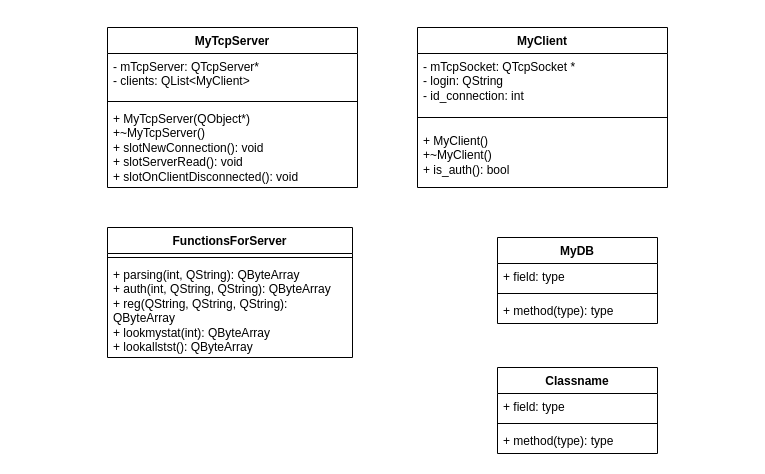
anasteish6a/Cipher keeps this draw.io diagram as ClientServer.drawio. Above is the earlier version. Source tidied: cells renumbered, new cells numbered last; positions are measured from the earlier drawing's top-left corner, leaving out a move shared by most shapes. Both pictures are drawn from the tidied source at 100%, with x=0, y=0 at pixel (107, 27).
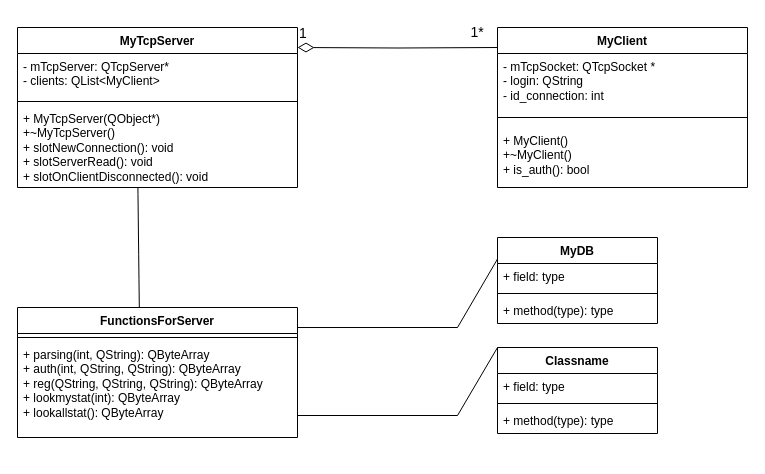
The same diagram, later.

The change refers to these unchanged cells:
```xml
<mxCell id="13" value="MyDB" style="swimlane;fontStyle=1;align=center;verticalAlign=top;horizontal=1;startSize=26;whiteSpace=wrap;html=1;" parent="1" vertex="1">
  <mxGeometry x="390" y="210" width="160" height="86" as="geometry" />
</mxCell>
```

Change to the diagram source:
```diff
@@
     <mxCell id="2" value="MyTcpServer" style="swimlane;fontStyle=1;align=center;verticalAlign=top;horizontal=1;startSize=26;whiteSpace=wrap;html=1;" parent="1" vertex="1">
-      <mxGeometry width="250" height="160" as="geometry" />
+      <mxGeometry x="-90" width="280" height="160" as="geometry" />
     </mxCell>
     <mxCell id="3" value="- mTcpServer: QTcpServer*&lt;div&gt;- clients: QList&amp;lt;MyClient&amp;gt;&lt;/div&gt;" style="text;strokeColor=none;fillColor=none;align=left;verticalAlign=top;spacingLeft=4;spacingRight=4;overflow=hidden;whiteSpace=wrap;html=1;" parent="2" vertex="1">
-      <mxGeometry y="26" width="250" height="44" as="geometry" />
+      <mxGeometry y="26" width="280" height="44" as="geometry" />
     </mxCell>
     <mxCell id="4" style="line;strokeWidth=1;fillColor=none;align=left;verticalAlign=middle;spacingTop=-1;spacingLeft=3;spacingRight=3;labelPosition=right;strokeColor=inherit;" parent="2" vertex="1">
-      <mxGeometry y="70" width="250" height="8" as="geometry" />
+      <mxGeometry y="70" width="280" height="8" as="geometry" />
     </mxCell>
     <mxCell id="5" value="+ MyTcpServer(QObject*)&lt;div&gt;+~MyTcpServer()&lt;/div&gt;&lt;div&gt;+ slotNewConnection(): void&lt;/div&gt;&lt;div&gt;+ slotServerRead(): void&lt;/div&gt;&lt;div&gt;+ slotOnClientDisconnected(): void&lt;/div&gt;" style="text;strokeColor=none;fillColor=none;align=left;verticalAlign=top;spacingLeft=4;spacingRight=4;overflow=hidden;points=[[0,0.5],[1,0.5]];portConstraint=eastwest;whiteSpace=wrap;html=1;" parent="2" vertex="1">
-      <mxGeometry y="78" width="250" height="82" as="geometry" />
+      <mxGeometry y="78" width="280" height="82" as="geometry" />
     </mxCell>
     <mxCell id="6" value="MyClient" style="swimlane;fontStyle=1;align=center;verticalAlign=top;horizontal=1;startSize=26;whiteSpace=wrap;html=1;" parent="1" vertex="1">
-      <mxGeometry x="310" width="250" height="160" as="geometry" />
+      <mxGeometry x="390" width="250" height="160" as="geometry" />
     </mxCell>
@@
     <mxCell id="10" value="FunctionsForServer" style="swimlane;fontStyle=1;align=center;verticalAlign=top;horizontal=1;startSize=26;whiteSpace=wrap;html=1;" parent="1" vertex="1">
-      <mxGeometry y="200" width="245" height="130" as="geometry" />
+      <mxGeometry x="-90" y="280" width="280" height="130" as="geometry" />
     </mxCell>
     <mxCell id="11" style="line;strokeWidth=1;fillColor=none;align=left;verticalAlign=middle;spacingTop=-1;spacingLeft=3;spacingRight=3;labelPosition=right;strokeColor=inherit;" parent="10" vertex="1">
-      <mxGeometry y="26" width="245" height="8" as="geometry" />
+      <mxGeometry y="26" width="280" height="8" as="geometry" />
     </mxCell>
-    <mxCell id="12" value="+ parsing(int, QString): QByteArray&lt;div&gt;+ auth&lt;span style=&quot;background-color: transparent; color: light-dark(rgb(0, 0, 0), rgb(255, 255, 255));&quot;&gt;(int, QString, QString): QByteArray&lt;/span&gt;&lt;/div&gt;&lt;div&gt;+ reg&lt;span style=&quot;color: light-dark(rgb(0, 0, 0), rgb(255, 255, 255)); background-color: transparent;&quot;&gt;(QString, QString, QString): QByteArray&lt;/span&gt;&lt;span style=&quot;background-color: transparent; color: light-dark(rgb(0, 0, 0), rgb(255, 255, 255));&quot;&gt;&lt;/span&gt;&lt;/div&gt;&lt;div&gt;&lt;span style=&quot;color: light-dark(rgb(0, 0, 0), rgb(255, 255, 255)); background-color: transparent;&quot;&gt;+ lookmystat(int): QByteArray&lt;/span&gt;&lt;/div&gt;&lt;div&gt;&lt;span style=&quot;color: light-dark(rgb(0, 0, 0), rgb(255, 255, 255)); background-color: transparent;&quot;&gt;+ lookallstst(): QByteArray&lt;/span&gt;&lt;/div&gt;" style="text;strokeColor=none;fillColor=none;align=left;verticalAlign=top;spacingLeft=4;spacingRight=4;overflow=hidden;whiteSpace=wrap;html=1;" parent="10" vertex="1">
-      <mxGeometry y="34" width="245" height="96" as="geometry" />
+    <mxCell id="12" value="+ parsing(int, QString): QByteArray&lt;div&gt;+ auth&lt;span style=&quot;background-color: transparent; color: light-dark(rgb(0, 0, 0), rgb(255, 255, 255));&quot;&gt;(int, QString, QString): QByteArray&lt;/span&gt;&lt;/div&gt;&lt;div&gt;+ reg&lt;span style=&quot;color: light-dark(rgb(0, 0, 0), rgb(255, 255, 255)); background-color: transparent;&quot;&gt;(QString, QString, QString): QByteArray&lt;/span&gt;&lt;span style=&quot;background-color: transparent; color: light-dark(rgb(0, 0, 0), rgb(255, 255, 255));&quot;&gt;&lt;/span&gt;&lt;/div&gt;&lt;div&gt;&lt;span style=&quot;color: light-dark(rgb(0, 0, 0), rgb(255, 255, 255)); background-color: transparent;&quot;&gt;+ lookmystat(int): QByteArray&lt;/span&gt;&lt;/div&gt;&lt;div&gt;&lt;span style=&quot;color: light-dark(rgb(0, 0, 0), rgb(255, 255, 255)); background-color: transparent;&quot;&gt;+ lookallstat(): QByteArray&lt;/span&gt;&lt;/div&gt;" style="text;strokeColor=none;fillColor=none;align=left;verticalAlign=top;spacingLeft=4;spacingRight=4;overflow=hidden;whiteSpace=wrap;html=1;" parent="10" vertex="1">
+      <mxGeometry y="34" width="280" height="96" as="geometry" />
     </mxCell>
@@
     <mxCell id="17" value="Classname" style="swimlane;fontStyle=1;align=center;verticalAlign=top;horizontal=1;startSize=26;whiteSpace=wrap;html=1;" parent="1" vertex="1">
-      <mxGeometry x="390" y="340" width="160" height="86" as="geometry" />
+      <mxGeometry x="390" y="320" width="160" height="86" as="geometry" />
     </mxCell>
@@
+    <mxCell id="21" style="html=1;verticalAlign=bottom;endArrow=none;rounded=0;exitX=0.43;exitY=0.994;exitDx=0;exitDy=0;exitPerimeter=0;curved=1;endFill=0;entryX=0.435;entryY=-0.001;entryDx=0;entryDy=0;entryPerimeter=0;" parent="1" edge="1" source="5" target="10">
+      <mxGeometry relative="1" as="geometry" />
+    </mxCell>
+    <mxCell id="22" style="html=1;verticalAlign=bottom;endArrow=none;curved=0;rounded=0;exitX=1;exitY=0.154;exitDx=0;exitDy=0;exitPerimeter=0;entryX=0;entryY=0.25;entryDx=0;entryDy=0;endFill=0;" parent="1" edge="1" source="10" target="13">
+      <mxGeometry relative="1" as="geometry">
+        <Array as="points">
+          <mxPoint x="350" y="300" />
+        </Array>
+      </mxGeometry>
+    </mxCell>
+    <mxCell id="23" style="html=1;verticalAlign=bottom;endArrow=none;curved=0;rounded=0;exitX=1;exitY=0.154;exitDx=0;exitDy=0;exitPerimeter=0;entryX=0;entryY=0.25;entryDx=0;entryDy=0;endFill=0;" parent="1" edge="1">
+      <mxGeometry relative="1" as="geometry">
+        <mxPoint x="190" y="388" as="sourcePoint" />
+        <mxPoint x="390" y="320" as="targetPoint" />
+        <Array as="points">
+          <mxPoint x="350" y="388" />
+        </Array>
+      </mxGeometry>
+    </mxCell>
+    <mxCell id="24" value="&lt;font style=&quot;font-size: 14px;&quot;&gt;1&lt;/font&gt;" style="endArrow=none;html=1;endSize=12;startArrow=diamondThin;startSize=14;startFill=0;edgeStyle=orthogonalEdgeStyle;align=left;verticalAlign=bottom;rounded=0;entryX=0;entryY=0.125;entryDx=0;entryDy=0;entryPerimeter=0;endFill=0;" parent="1" edge="1" target="6">
+      <mxGeometry x="-1" y="3" relative="1" as="geometry">
+        <mxPoint x="190" y="20" as="sourcePoint" />
+      </mxGeometry>
+    </mxCell>
+    <mxCell id="25" value="&lt;font style=&quot;font-size: 14px;&quot;&gt;1*&lt;/font&gt;" style="text;html=1;whiteSpace=wrap;strokeColor=none;fillColor=none;align=center;verticalAlign=middle;rounded=0;" parent="1" vertex="1">
+      <mxGeometry x="340" y="-10" width="60" height="30" as="geometry" />
+    </mxCell>
```
